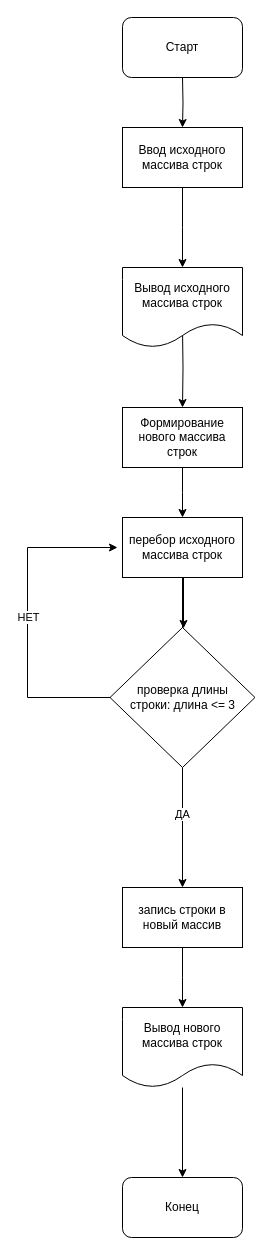
Above: Block_diagram/final_test_draw.drawio in cHo0bie/Final-test-for-the-main-block (draw.io), before the change. Source tidied: cells renumbered, new cells numbered last; positions are measured from the earlier drawing's top-left corner, leaving out a move shared by most shapes. Both pictures are drawn from the tidied source at 100%, with x=0, y=0 at pixel (27, 17).
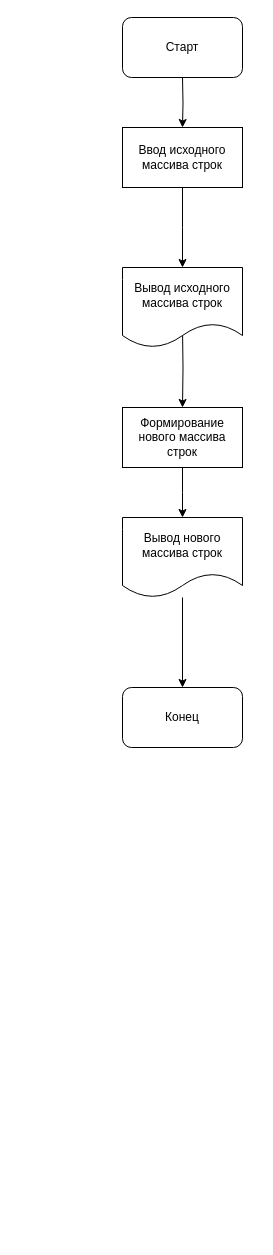
After the change.

Commit message (it also covers changes not shown here):
Обновили блок схему

The edit, as a diff of the source:
```diff
@@
     <mxCell id="10" value="Вывод нового массива строк " style="shape=document;whiteSpace=wrap;html=1;boundedLbl=1;" parent="1" vertex="1">
-      <mxGeometry x="95" y="990" width="120" height="80" as="geometry" />
+      <mxGeometry x="95" y="500" width="120" height="80" as="geometry" />
     </mxCell>
     <mxCell id="11" value="Конец" style="rounded=1;whiteSpace=wrap;html=1;" parent="1" vertex="1">
-      <mxGeometry x="95" y="1160" width="120" height="60" as="geometry" />
+      <mxGeometry x="95" y="670" width="120" height="60" as="geometry" />
     </mxCell>
@@
-    <mxCell id="13" style="edgeStyle=orthogonalEdgeStyle;rounded=0;jettySize=auto;html=1;" parent="1" edge="1" target="18">
-      <mxGeometry relative="1" as="geometry">
-        <mxPoint x="155" y="640" as="sourcePoint" />
-        <Array as="points">
-          <mxPoint x="155" y="560" />
-          <mxPoint x="156" y="560" />
-          <mxPoint x="156" y="681" />
-          <mxPoint x="155" y="681" />
-        </Array>
-      </mxGeometry>
-    </mxCell>
-    <mxCell id="14" style="edgeStyle=orthogonalEdgeStyle;rounded=0;jettySize=auto;html=1;" parent="1" edge="1" source="18" target="21">
-      <mxGeometry relative="1" as="geometry" />
-    </mxCell>
-    <mxCell id="15" value="ДА" style="edgeLabel;html=1;align=center;verticalAlign=middle;" parent="14" vertex="1">
-      <mxGeometry x="-0.24" y="-1" relative="1" as="geometry" />
-    </mxCell>
-    <mxCell id="16" style="edgeStyle=orthogonalEdgeStyle;rounded=0;jettySize=auto;html=1;exitX=0;exitY=0.5;exitDx=0;exitDy=0;" parent="1" edge="1" source="18">
-      <mxGeometry relative="1" as="geometry">
-        <mxPoint x="90" y="530" as="targetPoint" />
-        <Array as="points">
-          <mxPoint y="680" />
-          <mxPoint y="530" />
-        </Array>
-      </mxGeometry>
-    </mxCell>
-    <mxCell id="17" value="НЕТ" style="edgeLabel;html=1;align=center;verticalAlign=middle;" parent="16" vertex="1">
-      <mxGeometry x="0.01" relative="1" as="geometry" />
-    </mxCell>
-    <mxCell id="18" value="проверка длины &lt;br&gt;строки: длина &amp;lt;= 3" style="rhombus;whiteSpace=wrap;html=1;" parent="1" vertex="1">
-      <mxGeometry x="82.5" y="610" width="145" height="140" as="geometry" />
-    </mxCell>
-    <mxCell id="19" value="перебор исходного массива строк" style="rounded=0;whiteSpace=wrap;html=1;" parent="1" vertex="1">
-      <mxGeometry x="95" y="500" width="120" height="60" as="geometry" />
-    </mxCell>
-    <mxCell id="20" style="edgeStyle=orthogonalEdgeStyle;rounded=0;jettySize=auto;html=1;" parent="1" edge="1" source="21">
-      <mxGeometry relative="1" as="geometry">
-        <mxPoint x="155" y="990" as="targetPoint" />
-      </mxGeometry>
-    </mxCell>
-    <mxCell id="21" value="запись строки в новый массив" style="whiteSpace=wrap;html=1;" parent="1" vertex="1">
-      <mxGeometry x="95" y="870" width="120" height="60" as="geometry" />
-    </mxCell>
```
